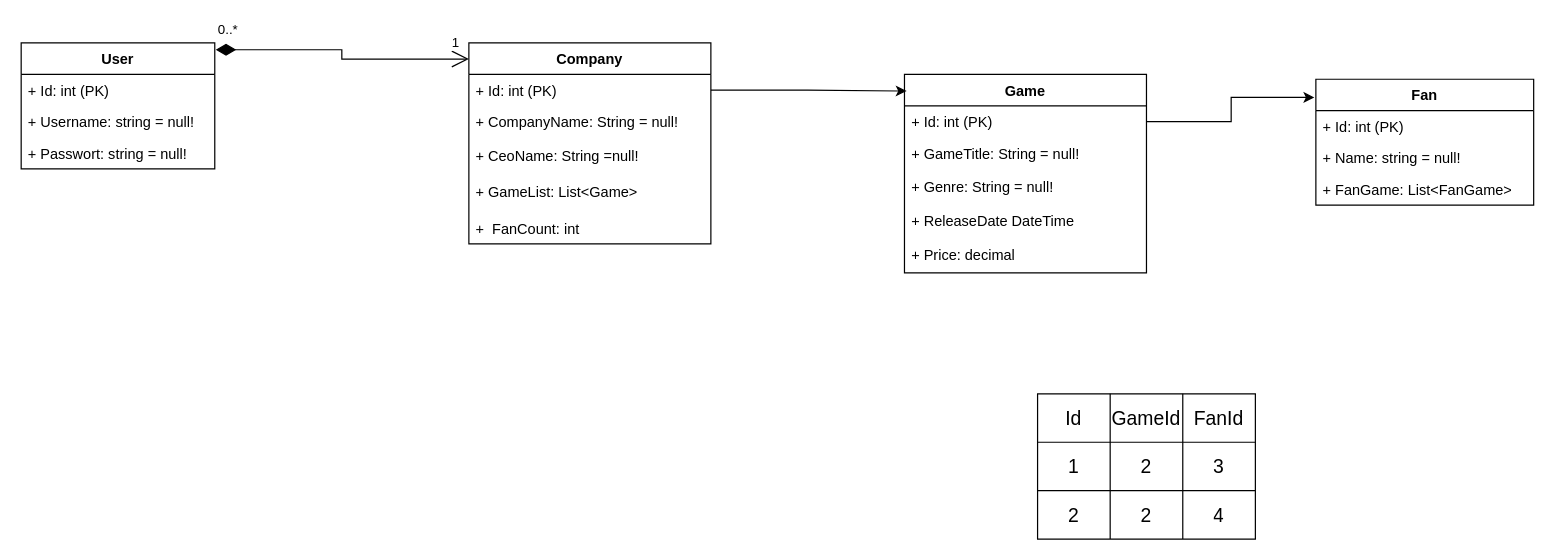
Earlier version of the draw.io diagram Doppelt_UML.drawio (BaranAlg/Multitool-Project). Source tidied: cells renumbered, new cells numbered last; positions are measured from the earlier drawing's top-left corner, leaving out a move shared by most shapes. Both pictures are drawn from the tidied source at 121%, with x=0, y=0 at pixel (21, 42).
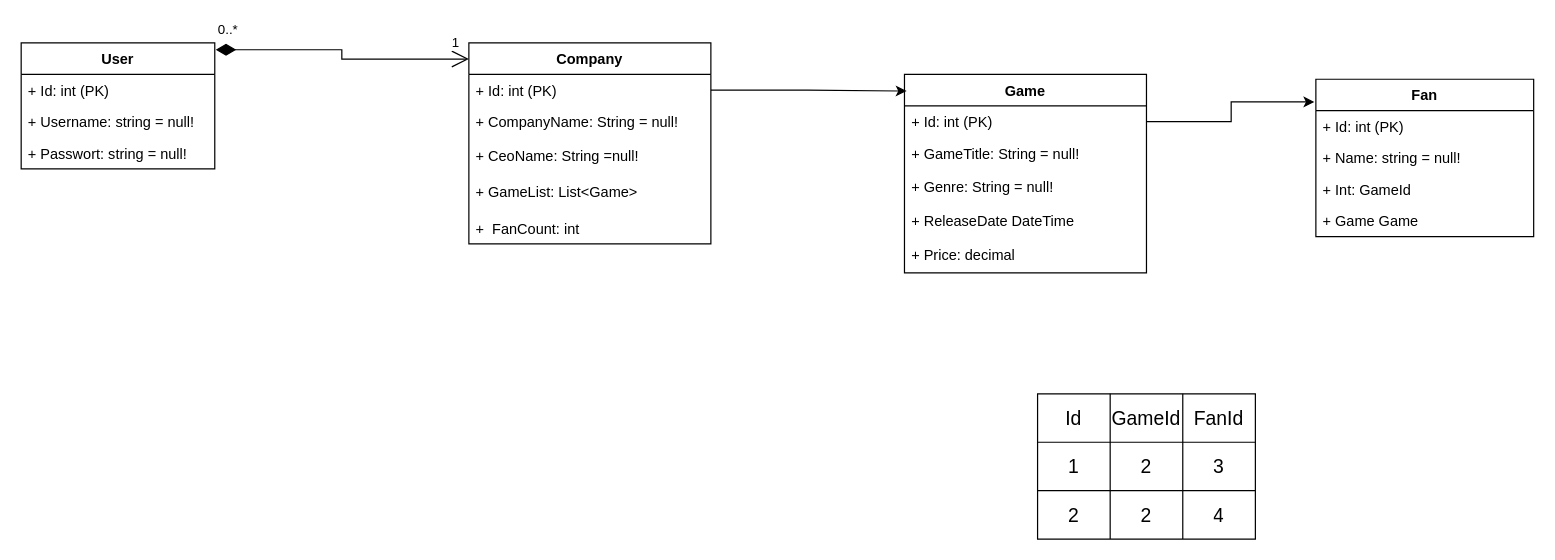
Above is the later version.

The edit, as a diff of the source:
```diff
@@
     <mxCell id="21" value="Fan" style="swimlane;fontStyle=1;align=center;verticalAlign=top;horizontal=1;startSize=26;whiteSpace=wrap;html=1;" parent="1" vertex="1">
-      <mxGeometry x="1070" y="30" width="180" height="104" as="geometry" />
+      <mxGeometry x="1070" y="30" width="180" height="130" as="geometry" />
     </mxCell>
@@
-    <mxCell id="24" value="+ FanGame: List&amp;lt;FanGame&amp;gt;" style="text;strokeColor=none;fillColor=none;align=left;verticalAlign=top;spacingLeft=4;spacingRight=4;overflow=hidden;whiteSpace=wrap;html=1;" parent="21" vertex="1">
+    <mxCell id="24" value="+ Int: GameId&lt;div&gt;&lt;br&gt;&lt;/div&gt;" style="text;strokeColor=none;fillColor=none;align=left;verticalAlign=top;spacingLeft=4;spacingRight=4;overflow=hidden;whiteSpace=wrap;html=1;" parent="21" vertex="1">
       <mxGeometry y="78" width="180" height="26" as="geometry" />
     </mxCell>
+    <mxCell id="39" value="&lt;div&gt;+ Game Game&lt;/div&gt;" style="text;strokeColor=none;fillColor=none;align=left;verticalAlign=top;spacingLeft=4;spacingRight=4;overflow=hidden;whiteSpace=wrap;html=1;" parent="21" vertex="1">
+      <mxGeometry y="104" width="180" height="26" as="geometry" />
+    </mxCell>
```
